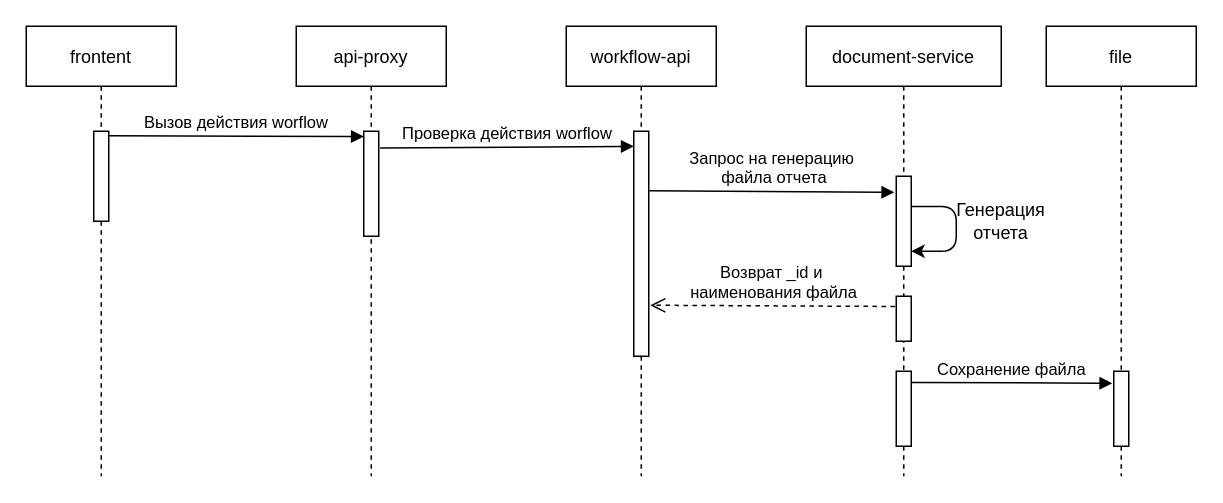
This is document-service/asyncExport.drawio from effective-group/docs-drawio, a draw.io file, before an edit. Source tidied: cells renumbered, new cells numbered last; positions are measured from the earlier drawing's top-left corner, leaving out a move shared by most shapes. Both pictures are drawn from the tidied source at 150%, with x=0, y=0 at pixel (26, 26).
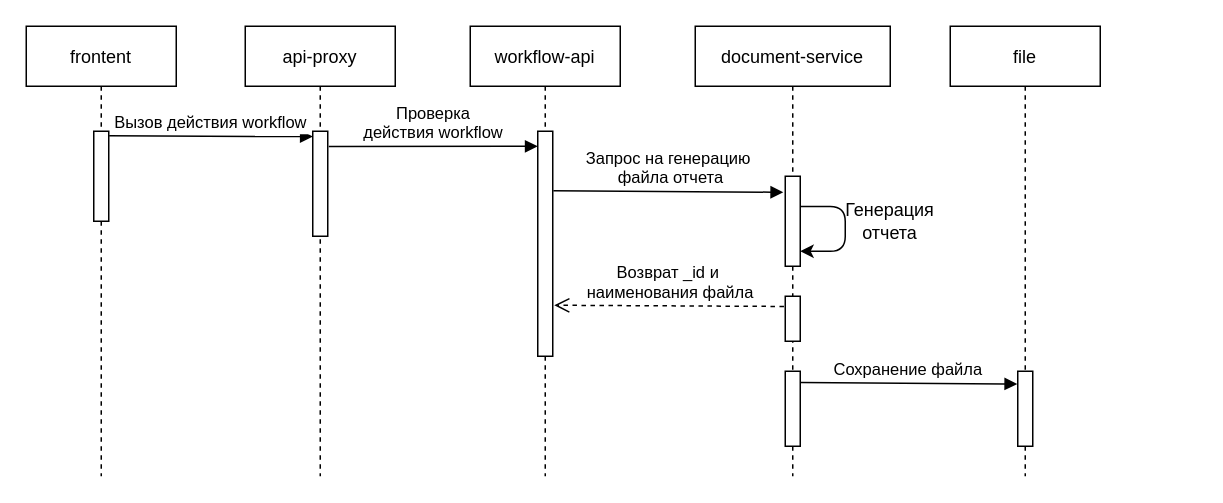
Above is the later version.

Unchanged cells that the change refers to:
```xml
<mxCell id="3" style="points=[];perimeter=orthogonalPerimeter;rounded=0;shadow=0;strokeWidth=1;" parent="2" vertex="1">
  <mxGeometry x="45" y="70" width="10" height="60" as="geometry" />
</mxCell>
<mxCell id="5" style="points=[];perimeter=orthogonalPerimeter;rounded=0;shadow=0;strokeWidth=1;" parent="4" vertex="1">
  <mxGeometry x="45" y="70" width="10" height="70" as="geometry" />
</mxCell>
<mxCell id="7" style="points=[];perimeter=orthogonalPerimeter;rounded=0;shadow=0;strokeWidth=1;" parent="6" vertex="1">
  <mxGeometry x="45" y="70" width="10" height="150" as="geometry" />
</mxCell>
<mxCell id="11" style="points=[];perimeter=orthogonalPerimeter;rounded=0;shadow=0;strokeWidth=1;" parent="8" vertex="1">
  <mxGeometry x="60" y="180" width="10" height="30" as="geometry" />
</mxCell>
<mxCell id="12" style="points=[];perimeter=orthogonalPerimeter;rounded=0;shadow=0;strokeWidth=1;" parent="8" vertex="1">
  <mxGeometry x="60" y="230" width="10" height="50" as="geometry" />
</mxCell>
<mxCell id="14" style="points=[];perimeter=orthogonalPerimeter;rounded=0;shadow=0;strokeWidth=1;" parent="13" vertex="1">
  <mxGeometry x="45" y="230" width="10" height="50" as="geometry" />
</mxCell>
```

The edit, as a diff of the source:
```diff
@@
     <mxCell id="4" value="api-proxy" style="shape=umlLifeline;perimeter=lifelinePerimeter;rounded=0;shadow=0;strokeWidth=1;" parent="1" vertex="1">
-      <mxGeometry x="180" width="100" height="300" as="geometry" />
+      <mxGeometry x="146" width="100" height="300" as="geometry" />
     </mxCell>
@@
     <mxCell id="6" value="workflow-api" style="shape=umlLifeline;perimeter=lifelinePerimeter;rounded=0;shadow=0;strokeWidth=1;" parent="1" vertex="1">
-      <mxGeometry x="360" width="100" height="300" as="geometry" />
+      <mxGeometry x="296" width="100" height="300" as="geometry" />
     </mxCell>
@@
     <mxCell id="8" value="document-service" style="shape=umlLifeline;perimeter=lifelinePerimeter;rounded=0;shadow=0;strokeWidth=1;" parent="1" vertex="1">
-      <mxGeometry x="520" width="130" height="300" as="geometry" />
+      <mxGeometry x="446" width="130" height="300" as="geometry" />
     </mxCell>
@@
     <mxCell id="13" value="file" style="shape=umlLifeline;perimeter=lifelinePerimeter;rounded=0;shadow=0;strokeWidth=1;" parent="1" vertex="1">
-      <mxGeometry x="680" width="100" height="300" as="geometry" />
+      <mxGeometry x="616" width="100" height="300" as="geometry" />
     </mxCell>
@@
-    <mxCell id="15" value="Вызов действия worflow" style="verticalAlign=bottom;endArrow=block;entryX=0.005;entryY=0.051;shadow=0;strokeWidth=1;entryDx=0;entryDy=0;entryPerimeter=0;exitX=1.028;exitY=0.051;exitDx=0;exitDy=0;exitPerimeter=0;" parent="1" edge="1" source="3" target="5">
+    <mxCell id="15" value="Вызов действия workflow" style="verticalAlign=bottom;endArrow=block;entryX=0.005;entryY=0.051;shadow=0;strokeWidth=1;entryDx=0;entryDy=0;entryPerimeter=0;exitX=1.028;exitY=0.051;exitDx=0;exitDy=0;exitPerimeter=0;" parent="1" edge="1" source="3" target="5">
       <mxGeometry relative="1" as="geometry" />
     </mxCell>
-    <mxCell id="16" value="Проверка действия worflow" style="verticalAlign=bottom;endArrow=block;shadow=0;strokeWidth=1;exitX=1.098;exitY=0.16;exitDx=0;exitDy=0;exitPerimeter=0;entryX=0;entryY=0.067;entryDx=0;entryDy=0;entryPerimeter=0;" parent="1" edge="1" source="5" target="7">
+    <mxCell id="16" value="Проверка &#10;действия workflow" style="verticalAlign=bottom;endArrow=block;shadow=0;strokeWidth=1;exitX=1.07;exitY=0.145;exitDx=0;exitDy=0;exitPerimeter=0;entryX=0;entryY=0.067;entryDx=0;entryDy=0;entryPerimeter=0;" parent="1" edge="1" source="5" target="7">
       <mxGeometry relative="1" as="geometry" />
     </mxCell>
@@
     <mxCell id="18" value="Генерация отчета" style="text;html=1;strokeColor=none;fillColor=none;align=center;verticalAlign=middle;whiteSpace=wrap;rounded=0;" parent="1" vertex="1">
-      <mxGeometry x="630" y="120" width="40" height="20" as="geometry" />
+      <mxGeometry x="556" y="120" width="40" height="20" as="geometry" />
     </mxCell>
-    <mxCell id="19" value="Сохранение файла" style="verticalAlign=bottom;endArrow=block;shadow=0;strokeWidth=1;exitX=1.021;exitY=0.149;exitDx=0;exitDy=0;exitPerimeter=0;" parent="1" edge="1" source="12">
-      <mxGeometry relative="1" as="geometry">
-        <mxPoint x="724" y="238" as="targetPoint" />
-      </mxGeometry>
+    <mxCell id="19" value="Сохранение файла" style="verticalAlign=bottom;endArrow=block;shadow=0;strokeWidth=1;exitX=1.021;exitY=0.149;exitDx=0;exitDy=0;exitPerimeter=0;entryX=-0.032;entryY=0.17;entryDx=0;entryDy=0;entryPerimeter=0;" parent="1" edge="1" source="12" target="14">
+      <mxGeometry relative="1" as="geometry" />
     </mxCell>
     <mxCell id="20" value="Возврат _id и&#10; наименования файла" style="verticalAlign=bottom;endArrow=open;dashed=1;endSize=8;shadow=0;strokeWidth=1;exitX=-0.085;exitY=0.227;exitDx=0;exitDy=0;exitPerimeter=0;" parent="1" edge="1" source="11">
       <mxGeometry relative="1" as="geometry">
-        <mxPoint x="416" y="186" as="targetPoint" />
+        <mxPoint x="352" y="186" as="targetPoint" />
       </mxGeometry>
     </mxCell>
```
